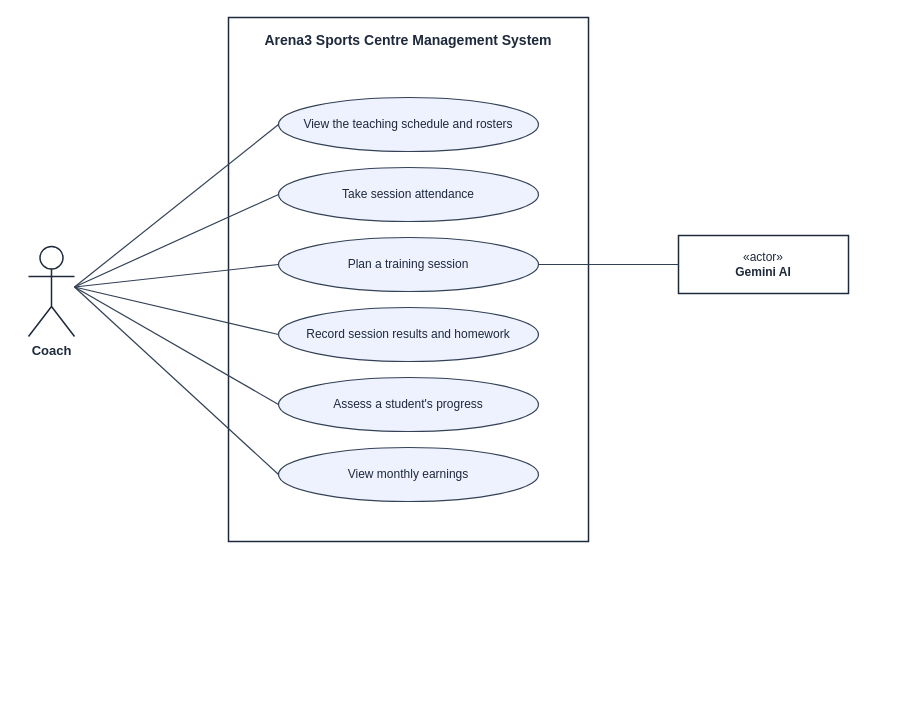
Above: docs/diagrams/srs/08-uc-coach.drawio in facingshootingstar/Arena3 (draw.io), before the change. Source tidied: cells renumbered, new cells numbered last; positions are measured from the earlier drawing's top-left corner, leaving out a move shared by most shapes. Both pictures are drawn from the tidied source at 100%, with x=0, y=0 at pixel (28, 17).
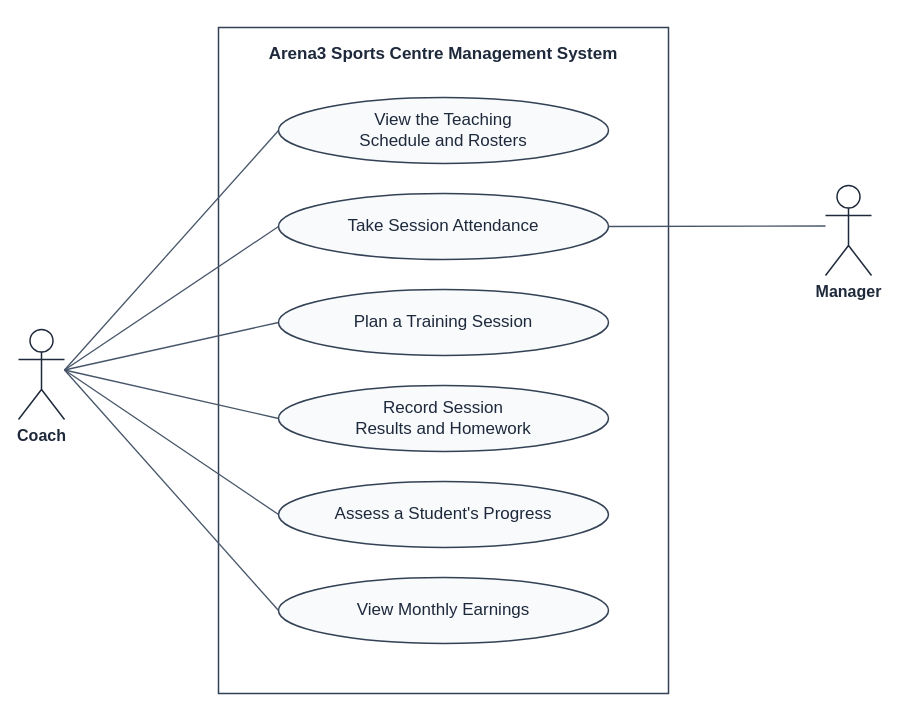
The same diagram, later.

Change to the diagram source:
```diff
@@
 <mxGraphModel background="#ffffff">
   <root>
     <mxCell id="0" />
     <mxCell id="1" parent="0" />
-    <mxCell id="2" value="Arena3 Sports Centre Management System" style="rounded=0;whiteSpace=wrap;html=1;fillColor=none;strokeColor=#1e293b;strokeWidth=1.5;verticalAlign=top;align=center;spacingTop=8;fontFamily=Helvetica;fontSize=14;fontStyle=1;fontColor=#1e293b;" parent="1" vertex="1">
-      <mxGeometry x="200" width="360" height="524" as="geometry" />
+    <mxCell id="2" value="Arena3 Sports Centre Management System" style="rounded=0;whiteSpace=wrap;html=1;fillColor=none;strokeColor=#334155;strokeWidth=1.5;verticalAlign=top;align=center;spacingTop=10;fontFamily=Helvetica;fontSize=17;fontStyle=1;fontColor=#1e293b;" parent="1" vertex="1">
+      <mxGeometry x="190" y="10" width="450" height="666" as="geometry" />
     </mxCell>
-    <mxCell id="3" value="View the teaching schedule and rosters" style="ellipse;whiteSpace=wrap;html=1;fillColor=#eef2ff;strokeColor=#334155;strokeWidth=1.2;fontFamily=Helvetica;fontSize=12;fontColor=#1e293b;" parent="1" vertex="1">
-      <mxGeometry x="250" y="80" width="260" height="54" as="geometry" />
-    </mxCell>
-    <mxCell id="4" value="Take session attendance" style="ellipse;whiteSpace=wrap;html=1;fillColor=#eef2ff;strokeColor=#334155;strokeWidth=1.2;fontFamily=Helvetica;fontSize=12;fontColor=#1e293b;" parent="1" vertex="1">
-      <mxGeometry x="250" y="150" width="260" height="54" as="geometry" />
-    </mxCell>
-    <mxCell id="5" value="Plan a training session" style="ellipse;whiteSpace=wrap;html=1;fillColor=#eef2ff;strokeColor=#334155;strokeWidth=1.2;fontFamily=Helvetica;fontSize=12;fontColor=#1e293b;" parent="1" vertex="1">
-      <mxGeometry x="250" y="220" width="260" height="54" as="geometry" />
-    </mxCell>
-    <mxCell id="6" value="Record session results and homework" style="ellipse;whiteSpace=wrap;html=1;fillColor=#eef2ff;strokeColor=#334155;strokeWidth=1.2;fontFamily=Helvetica;fontSize=12;fontColor=#1e293b;" parent="1" vertex="1">
-      <mxGeometry x="250" y="290" width="260" height="54" as="geometry" />
-    </mxCell>
-    <mxCell id="7" value="Assess a student's progress" style="ellipse;whiteSpace=wrap;html=1;fillColor=#eef2ff;strokeColor=#334155;strokeWidth=1.2;fontFamily=Helvetica;fontSize=12;fontColor=#1e293b;" parent="1" vertex="1">
-      <mxGeometry x="250" y="360" width="260" height="54" as="geometry" />
-    </mxCell>
-    <mxCell id="8" value="View monthly earnings" style="ellipse;whiteSpace=wrap;html=1;fillColor=#eef2ff;strokeColor=#334155;strokeWidth=1.2;fontFamily=Helvetica;fontSize=12;fontColor=#1e293b;" parent="1" vertex="1">
-      <mxGeometry x="250" y="430" width="260" height="54" as="geometry" />
-    </mxCell>
+    <mxCell id="18" value="View the Teaching&lt;br&gt;Schedule and Rosters" style="ellipse;whiteSpace=wrap;html=1;spacingLeft=22;spacingRight=22;fillColor=#f8fafc;strokeColor=#334155;strokeWidth=1.5;fontFamily=Helvetica;fontSize=17;fontColor=#1e293b;" parent="1" vertex="1">
+      <mxGeometry x="250" y="80" width="330" height="66" as="geometry" />
+    </mxCell>
+    <mxCell id="19" value="Take Session Attendance" style="ellipse;whiteSpace=wrap;html=1;spacingLeft=22;spacingRight=22;fillColor=#f8fafc;strokeColor=#334155;strokeWidth=1.5;fontFamily=Helvetica;fontSize=17;fontColor=#1e293b;" parent="1" vertex="1">
+      <mxGeometry x="250" y="176" width="330" height="66" as="geometry" />
+    </mxCell>
+    <mxCell id="20" value="Plan a Training Session" style="ellipse;whiteSpace=wrap;html=1;spacingLeft=22;spacingRight=22;fillColor=#f8fafc;strokeColor=#334155;strokeWidth=1.5;fontFamily=Helvetica;fontSize=17;fontColor=#1e293b;" parent="1" vertex="1">
+      <mxGeometry x="250" y="272" width="330" height="66" as="geometry" />
+    </mxCell>
+    <mxCell id="21" value="Record Session&lt;br&gt;Results and Homework" style="ellipse;whiteSpace=wrap;html=1;spacingLeft=22;spacingRight=22;fillColor=#f8fafc;strokeColor=#334155;strokeWidth=1.5;fontFamily=Helvetica;fontSize=17;fontColor=#1e293b;" parent="1" vertex="1">
+      <mxGeometry x="250" y="368" width="330" height="66" as="geometry" />
+    </mxCell>
+    <mxCell id="22" value="Assess a Student's Progress" style="ellipse;whiteSpace=wrap;html=1;spacingLeft=22;spacingRight=22;fillColor=#f8fafc;strokeColor=#334155;strokeWidth=1.5;fontFamily=Helvetica;fontSize=17;fontColor=#1e293b;" parent="1" vertex="1">
+      <mxGeometry x="250" y="464" width="330" height="66" as="geometry" />
+    </mxCell>
+    <mxCell id="23" value="View Monthly Earnings" style="ellipse;whiteSpace=wrap;html=1;spacingLeft=22;spacingRight=22;fillColor=#f8fafc;strokeColor=#334155;strokeWidth=1.5;fontFamily=Helvetica;fontSize=17;fontColor=#1e293b;" parent="1" vertex="1">
+      <mxGeometry x="250" y="560" width="330" height="66" as="geometry" />
+    </mxCell>
-    <mxCell id="9" value="Coach" style="shape=umlActor;verticalLabelPosition=bottom;verticalAlign=top;html=1;outlineConnect=0;fillColor=#ffffff;strokeColor=#1e293b;strokeWidth=1.5;fontFamily=Helvetica;fontSize=13;fontStyle=1;fontColor=#1e293b;" parent="1" vertex="1">
-      <mxGeometry y="229" width="46" height="90" as="geometry" />
+    <mxCell id="9" value="Coach" style="shape=umlActor;verticalLabelPosition=bottom;verticalAlign=top;html=1;outlineConnect=0;fillColor=#ffffff;strokeColor=#1e293b;strokeWidth=1.5;fontFamily=Helvetica;fontSize=16;fontStyle=1;fontColor=#1e293b;" parent="1" vertex="1">
+      <mxGeometry x="-10" y="312" width="46" height="90" as="geometry" />
     </mxCell>
-    <mxCell id="10" style="endArrow=none;html=1;rounded=0;edgeStyle=none;strokeColor=#334155;strokeWidth=1.2;exitX=1.0000;exitY=0.4500;exitDx=0;exitDy=0;exitPerimeter=0;entryX=0.0000;entryY=0.5000;entryDx=0;entryDy=0;entryPerimeter=0;" parent="1" edge="1" source="9" target="3">
+    <mxCell id="10" style="endArrow=none;html=1;rounded=0;edgeStyle=none;strokeColor=#475569;strokeWidth=1.3;exitX=1.0000;exitY=0.4500;exitDx=0;exitDy=0;exitPerimeter=0;entryX=0.0000;entryY=0.5000;entryDx=0;entryDy=0;entryPerimeter=0;" parent="1" edge="1" source="9" target="18">
       <mxGeometry relative="1" as="geometry" />
     </mxCell>
-    <mxCell id="11" style="endArrow=none;html=1;rounded=0;edgeStyle=none;strokeColor=#334155;strokeWidth=1.2;exitX=1.0000;exitY=0.4500;exitDx=0;exitDy=0;exitPerimeter=0;entryX=0.0000;entryY=0.5000;entryDx=0;entryDy=0;entryPerimeter=0;" parent="1" edge="1" source="9" target="4">
+    <mxCell id="11" style="endArrow=none;html=1;rounded=0;edgeStyle=none;strokeColor=#475569;strokeWidth=1.3;exitX=1.0000;exitY=0.4500;exitDx=0;exitDy=0;exitPerimeter=0;entryX=0.0000;entryY=0.5000;entryDx=0;entryDy=0;entryPerimeter=0;" parent="1" edge="1" source="9" target="19">
       <mxGeometry relative="1" as="geometry" />
     </mxCell>
-    <mxCell id="12" style="endArrow=none;html=1;rounded=0;edgeStyle=none;strokeColor=#334155;strokeWidth=1.2;exitX=1.0000;exitY=0.4500;exitDx=0;exitDy=0;exitPerimeter=0;entryX=0.0000;entryY=0.5000;entryDx=0;entryDy=0;entryPerimeter=0;" parent="1" edge="1" source="9" target="5">
+    <mxCell id="12" style="endArrow=none;html=1;rounded=0;edgeStyle=none;strokeColor=#475569;strokeWidth=1.3;exitX=1.0000;exitY=0.4500;exitDx=0;exitDy=0;exitPerimeter=0;entryX=0.0000;entryY=0.5000;entryDx=0;entryDy=0;entryPerimeter=0;" parent="1" edge="1" source="9" target="20">
       <mxGeometry relative="1" as="geometry" />
     </mxCell>
-    <mxCell id="13" style="endArrow=none;html=1;rounded=0;edgeStyle=none;strokeColor=#334155;strokeWidth=1.2;exitX=1.0000;exitY=0.4500;exitDx=0;exitDy=0;exitPerimeter=0;entryX=0.0000;entryY=0.5000;entryDx=0;entryDy=0;entryPerimeter=0;" parent="1" edge="1" source="9" target="6">
+    <mxCell id="13" style="endArrow=none;html=1;rounded=0;edgeStyle=none;strokeColor=#475569;strokeWidth=1.3;exitX=1.0000;exitY=0.4500;exitDx=0;exitDy=0;exitPerimeter=0;entryX=0.0000;entryY=0.5000;entryDx=0;entryDy=0;entryPerimeter=0;" parent="1" edge="1" source="9" target="21">
       <mxGeometry relative="1" as="geometry" />
     </mxCell>
-    <mxCell id="14" style="endArrow=none;html=1;rounded=0;edgeStyle=none;strokeColor=#334155;strokeWidth=1.2;exitX=1.0000;exitY=0.4500;exitDx=0;exitDy=0;exitPerimeter=0;entryX=0.0000;entryY=0.5000;entryDx=0;entryDy=0;entryPerimeter=0;" parent="1" edge="1" source="9" target="7">
+    <mxCell id="14" style="endArrow=none;html=1;rounded=0;edgeStyle=none;strokeColor=#475569;strokeWidth=1.3;exitX=1.0000;exitY=0.4500;exitDx=0;exitDy=0;exitPerimeter=0;entryX=0.0000;entryY=0.5000;entryDx=0;entryDy=0;entryPerimeter=0;" parent="1" edge="1" source="9" target="22">
       <mxGeometry relative="1" as="geometry" />
     </mxCell>
-    <mxCell id="15" style="endArrow=none;html=1;rounded=0;edgeStyle=none;strokeColor=#334155;strokeWidth=1.2;exitX=1.0000;exitY=0.4500;exitDx=0;exitDy=0;exitPerimeter=0;entryX=0.0000;entryY=0.5000;entryDx=0;entryDy=0;entryPerimeter=0;" parent="1" edge="1" source="9" target="8">
+    <mxCell id="15" style="endArrow=none;html=1;rounded=0;edgeStyle=none;strokeColor=#475569;strokeWidth=1.3;exitX=1.0000;exitY=0.4500;exitDx=0;exitDy=0;exitPerimeter=0;entryX=0.0000;entryY=0.5000;entryDx=0;entryDy=0;entryPerimeter=0;" parent="1" edge="1" source="9" target="23">
       <mxGeometry relative="1" as="geometry" />
     </mxCell>
-    <mxCell id="16" value="&amp;laquo;actor&amp;raquo;&lt;br&gt;&lt;b&gt;Gemini AI&lt;/b&gt;" style="rounded=0;whiteSpace=wrap;html=1;fillColor=#ffffff;strokeColor=#1e293b;strokeWidth=1.5;fontFamily=Helvetica;fontSize=12;fontColor=#1e293b;" parent="1" vertex="1">
-      <mxGeometry x="650" y="218" width="170" height="58" as="geometry" />
-    </mxCell>
-    <mxCell id="17" style="endArrow=none;html=1;rounded=0;edgeStyle=none;strokeColor=#334155;strokeWidth=1.2;exitX=1.0000;exitY=0.5000;exitDx=0;exitDy=0;exitPerimeter=0;entryX=0.0000;entryY=0.5000;entryDx=0;entryDy=0;entryPerimeter=0;" parent="1" edge="1" source="5" target="16">
-      <mxGeometry relative="1" as="geometry" />
-    </mxCell>
+    <mxCell id="24" value="Manager" style="shape=umlActor;verticalLabelPosition=bottom;verticalAlign=top;html=1;outlineConnect=0;fillColor=#ffffff;strokeColor=#1e293b;strokeWidth=1.5;fontFamily=Helvetica;fontSize=16;fontStyle=1;fontColor=#1e293b;" parent="1" vertex="1">
+      <mxGeometry x="797" y="168" width="46" height="90" as="geometry" />
+    </mxCell>
+    <mxCell id="25" style="endArrow=none;html=1;rounded=0;edgeStyle=none;strokeColor=#475569;strokeWidth=1.3;exitX=1.0000;exitY=0.5000;exitDx=0;exitDy=0;exitPerimeter=0;entryX=0.0000;entryY=0.4500;entryDx=0;entryDy=0;entryPerimeter=0;" parent="1" edge="1" source="19" target="24">
+      <mxGeometry relative="1" as="geometry" />
+    </mxCell>
   </root>
 </mxGraphModel>
```
